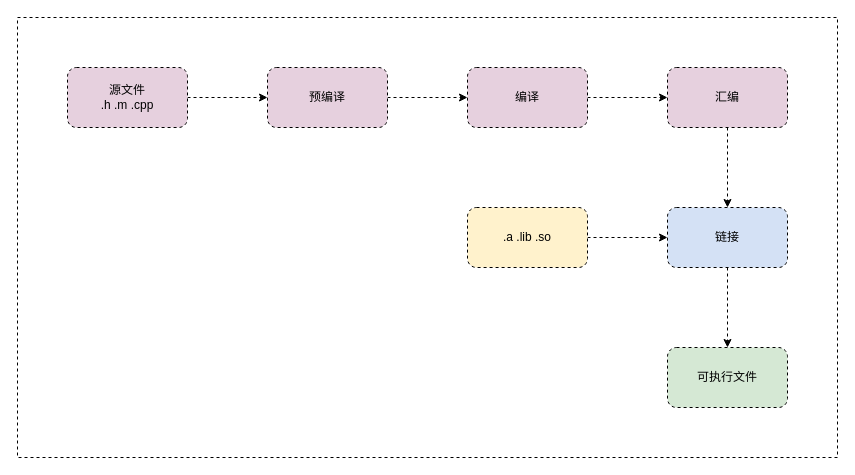
This is CompileFlowchart.drawio from star-j/Flowchart, a draw.io file, before an edit. Source tidied: cells renumbered, new cells numbered last; positions are measured from the earlier drawing's top-left corner, leaving out a move shared by most shapes. Both pictures are drawn from the tidied source at 100%, with x=0, y=0 at pixel (17, 17).
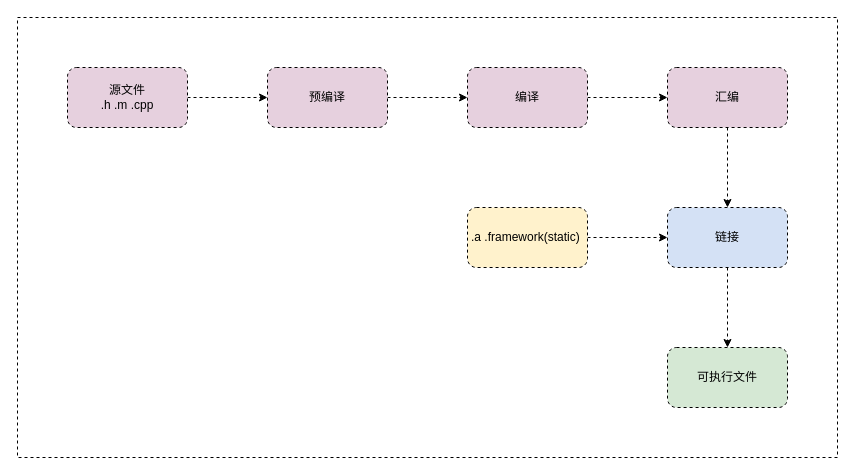
The same diagram, later.

Change to the diagram source:
```diff
@@
 <mxGraphModel>
   <root>
     <mxCell id="0" />
     <mxCell id="1" parent="0" />
     <mxCell id="2" style="rounded=0;whiteSpace=wrap;html=1;fillColor=#FFFFFF;dashed=1;" parent="1" vertex="1">
       <mxGeometry width="820" height="440" as="geometry" />
     </mxCell>
     <mxCell id="3" style="edgeStyle=orthogonalEdgeStyle;rounded=0;jettySize=auto;html=1;dashed=1;" parent="1" edge="1" source="4" target="6">
       <mxGeometry relative="1" as="geometry" />
     </mxCell>
     <mxCell id="4" value="源文件&lt;br&gt;.h .m .cpp" style="rounded=1;whiteSpace=wrap;html=1;fillColor=#E6D0DE;dashed=1;" parent="1" vertex="1">
       <mxGeometry x="50" y="50" width="120" height="60" as="geometry" />
     </mxCell>
     <mxCell id="5" style="edgeStyle=orthogonalEdgeStyle;rounded=0;jettySize=auto;html=1;dashed=1;" parent="1" edge="1" source="6" target="8">
       <mxGeometry relative="1" as="geometry" />
     </mxCell>
     <mxCell id="6" value="预编译" style="whiteSpace=wrap;html=1;rounded=1;fillColor=#E6D0DE;dashed=1;" parent="1" vertex="1">
       <mxGeometry x="250" y="50" width="120" height="60" as="geometry" />
     </mxCell>
     <mxCell id="7" style="edgeStyle=orthogonalEdgeStyle;rounded=0;jettySize=auto;html=1;dashed=1;" parent="1" edge="1" source="8" target="10">
       <mxGeometry relative="1" as="geometry" />
     </mxCell>
     <mxCell id="8" value="编译" style="whiteSpace=wrap;html=1;rounded=1;fillColor=#E6D0DE;dashed=1;" parent="1" vertex="1">
       <mxGeometry x="450" y="50" width="120" height="60" as="geometry" />
     </mxCell>
     <mxCell id="9" style="edgeStyle=orthogonalEdgeStyle;rounded=0;jettySize=auto;html=1;dashed=1;" parent="1" edge="1" source="10" target="12">
       <mxGeometry relative="1" as="geometry" />
     </mxCell>
     <mxCell id="10" value="汇编" style="whiteSpace=wrap;html=1;rounded=1;fillColor=#E6D0DE;dashed=1;" parent="1" vertex="1">
       <mxGeometry x="650" y="50" width="120" height="60" as="geometry" />
     </mxCell>
     <mxCell id="11" style="edgeStyle=orthogonalEdgeStyle;rounded=0;jettySize=auto;html=1;dashed=1;" parent="1" edge="1" source="12" target="15">
       <mxGeometry relative="1" as="geometry" />
     </mxCell>
     <mxCell id="12" value="链接" style="whiteSpace=wrap;html=1;rounded=1;fillColor=#D4E1F5;dashed=1;" parent="1" vertex="1">
       <mxGeometry x="650" y="190" width="120" height="60" as="geometry" />
     </mxCell>
     <mxCell id="13" style="edgeStyle=orthogonalEdgeStyle;rounded=0;jettySize=auto;html=1;exitX=1;exitY=0.5;exitDx=0;exitDy=0;dashed=1;" parent="1" edge="1" source="14" target="12">
       <mxGeometry relative="1" as="geometry" />
     </mxCell>
-    <mxCell id="14" value=".a .lib .so" style="whiteSpace=wrap;html=1;rounded=1;fillColor=#FFF2CC;dashed=1;" parent="1" vertex="1">
+    <mxCell id="14" value=".a .framework(static)&amp;nbsp;" style="whiteSpace=wrap;html=1;rounded=1;fillColor=#FFF2CC;dashed=1;" parent="1" vertex="1">
       <mxGeometry x="450" y="190" width="120" height="60" as="geometry" />
     </mxCell>
     <mxCell id="15" value="可执行文件" style="whiteSpace=wrap;html=1;rounded=1;fillColor=#D5E8D4;dashed=1;" parent="1" vertex="1">
       <mxGeometry x="650" y="330" width="120" height="60" as="geometry" />
     </mxCell>
   </root>
 </mxGraphModel>
```
